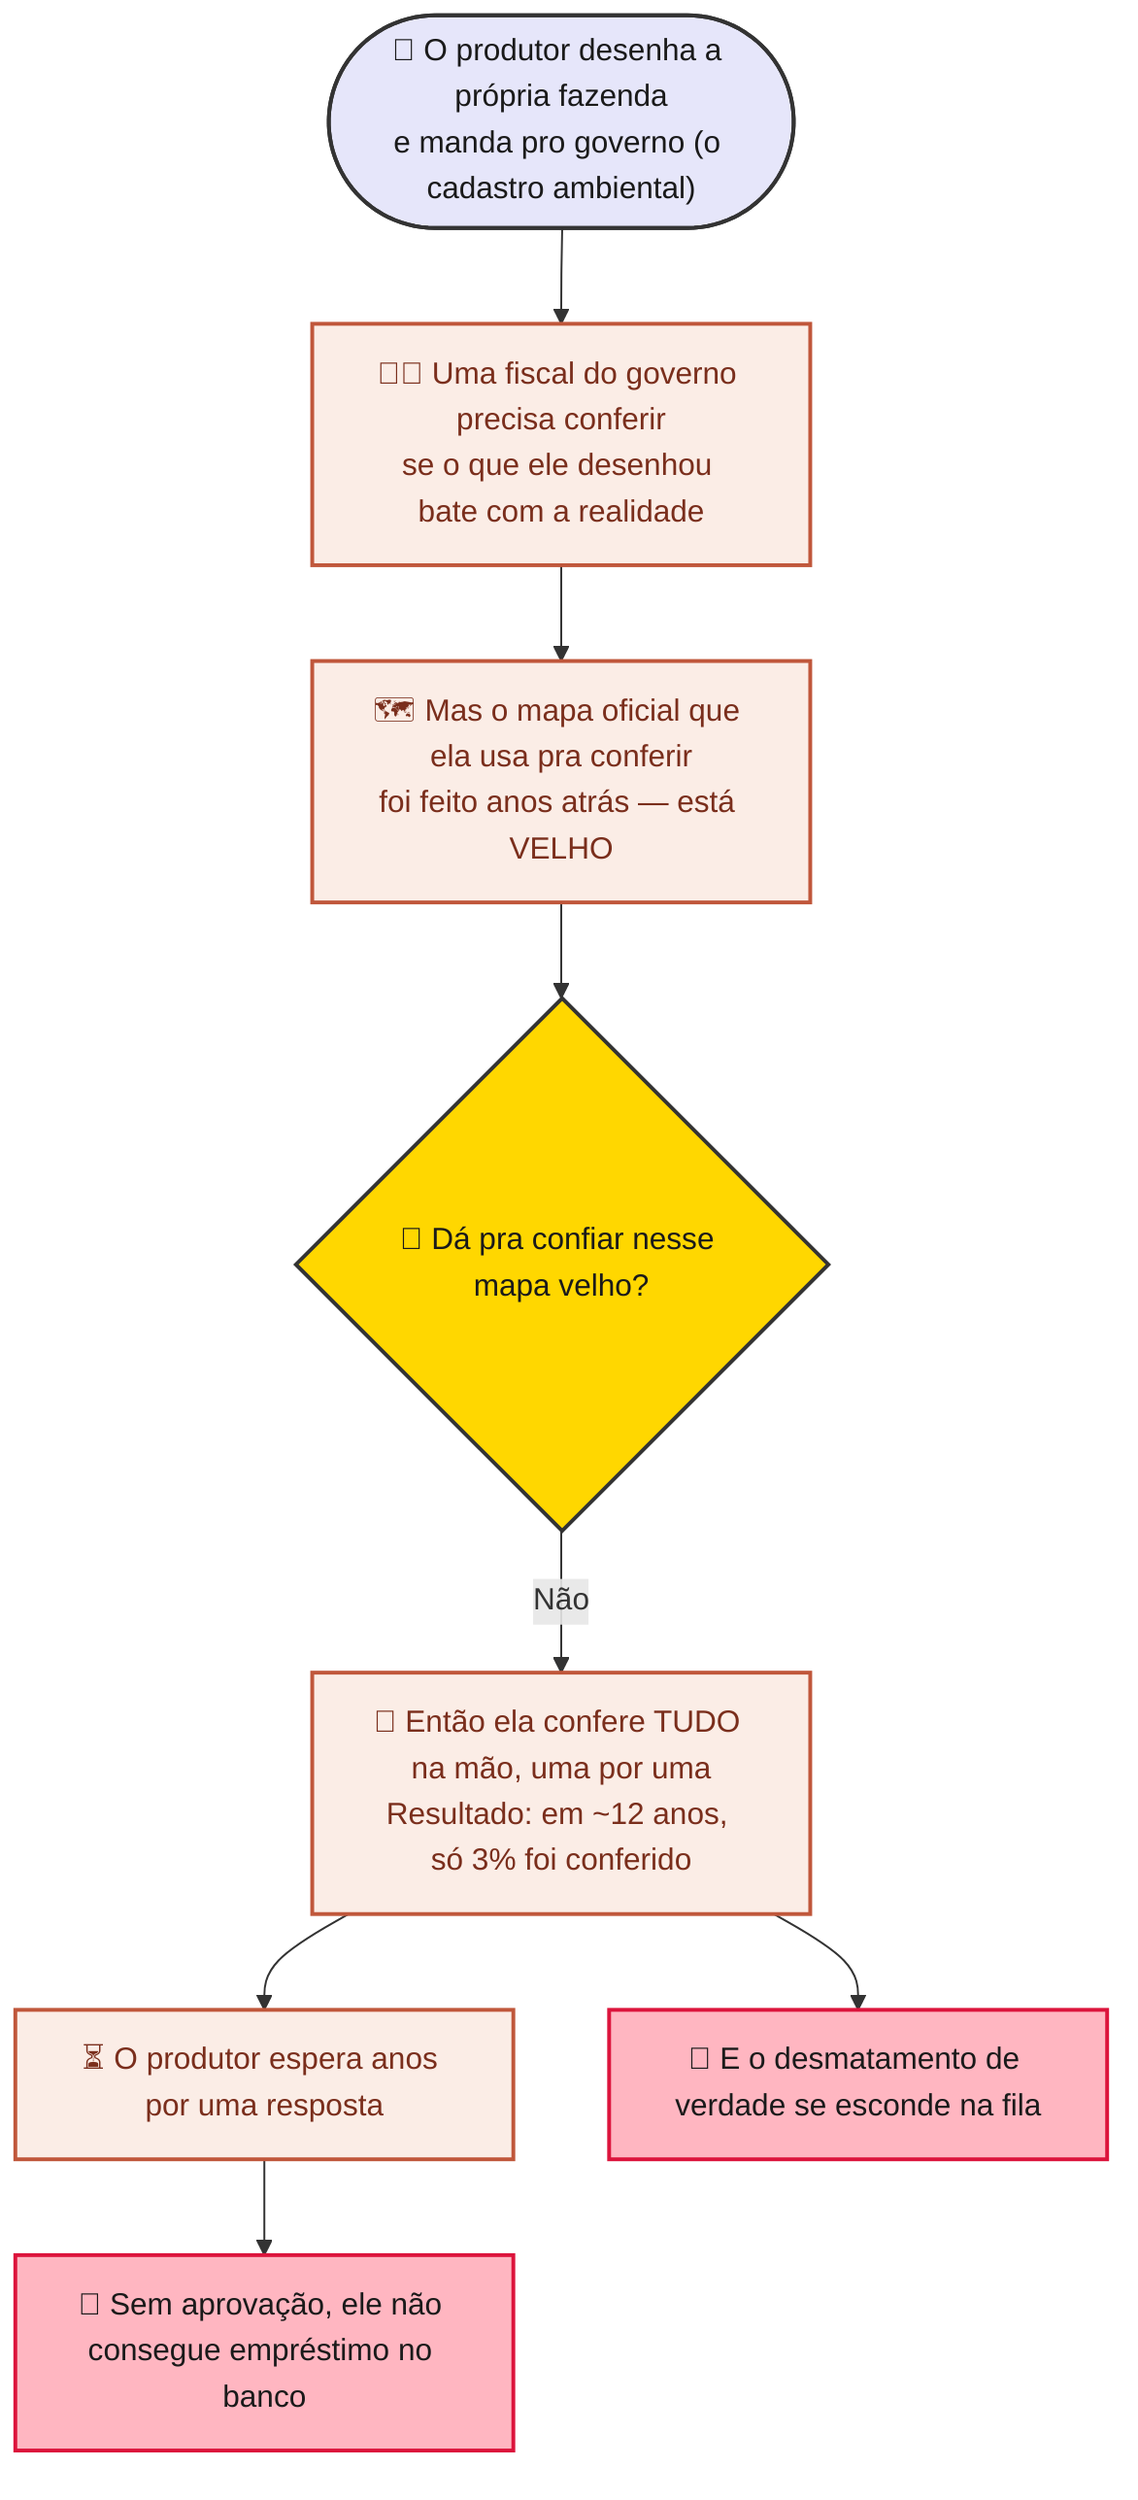
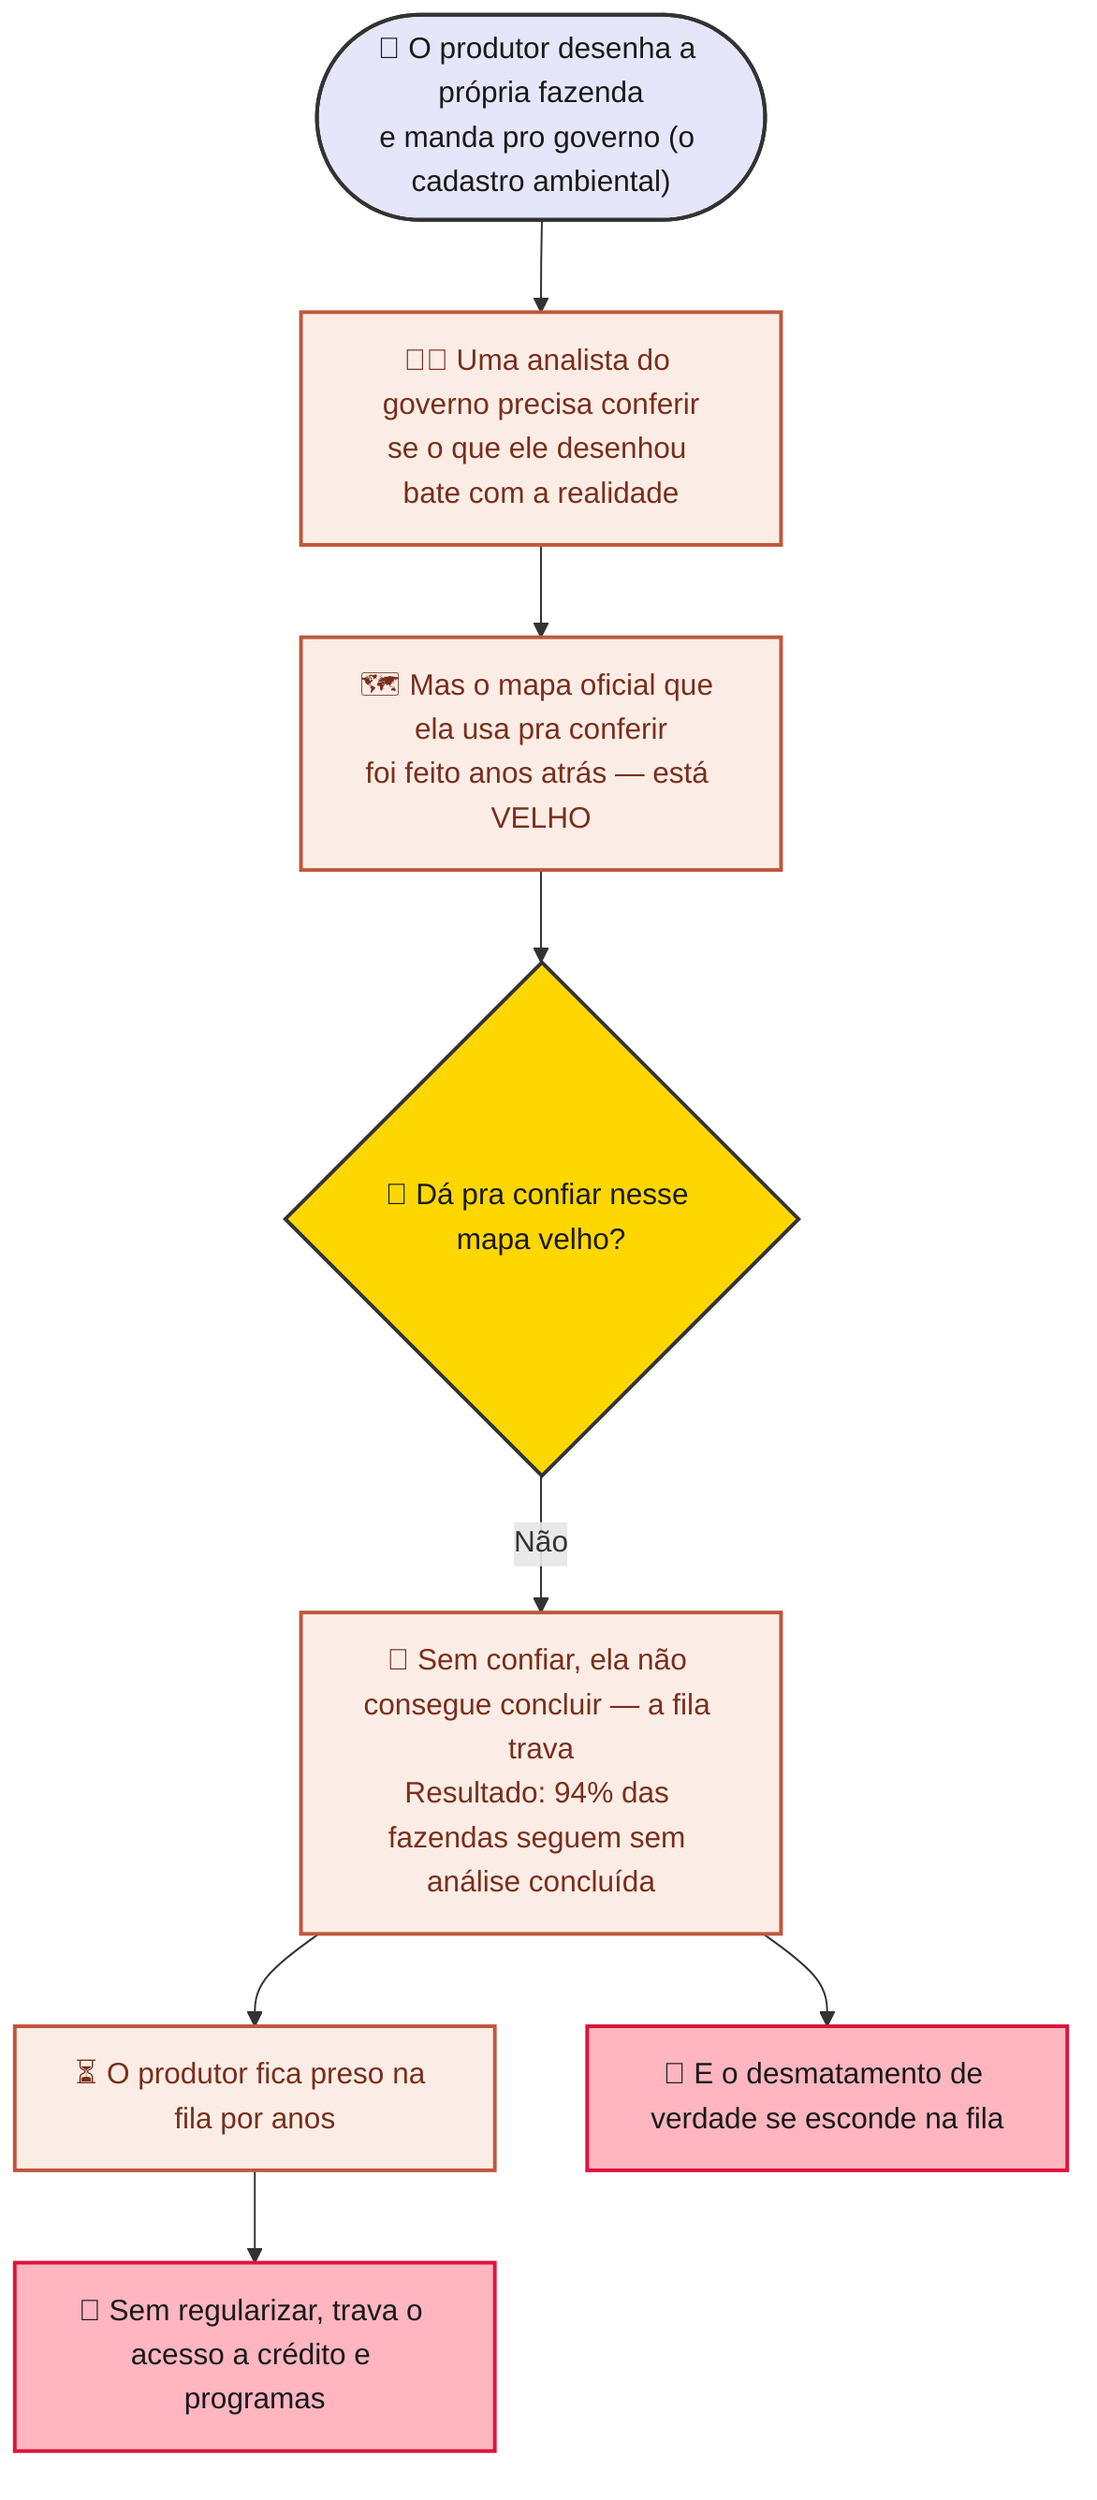
flowchart TD
-     A(["🌾 O produtor desenha a própria fazenda<br/>e manda pro governo (o cadastro ambiental)"]) --> B["👩‍💼 Uma fiscal do governo precisa conferir<br/>se o que ele desenhou bate com a realidade"]
+     A(["🌾 O produtor desenha a própria fazenda<br/>e manda pro governo (o cadastro ambiental)"]) --> B["👩‍💼 Uma analista do governo precisa conferir<br/>se o que ele desenhou bate com a realidade"]
    B --> C["🗺️ Mas o mapa oficial que ela usa pra conferir<br/>foi feito anos atrás — está VELHO"]
    C --> D{"🤔 Dá pra confiar nesse mapa velho?"}
-     D -->|"Não"| E["🐢 Então ela confere TUDO na mão, uma por uma<br/>Resultado: em ~12 anos, só 3% foi conferido"]
-     E --> F["⏳ O produtor espera anos por uma resposta"]
-     F --> G["🏦 Sem aprovação, ele não consegue empréstimo no banco"]
+     D -->|"Não"| E["🐢 Sem confiar, ela não consegue concluir — a fila trava<br/>Resultado: 94% das fazendas seguem sem análise concluída"]
+     E --> F["⏳ O produtor fica preso na fila por anos"]
+     F --> G["🏦 Sem regularizar, trava o acesso a crédito e programas"]
    E --> H["🌲 E o desmatamento de verdade se esconde na fila"]

    classDef start fill:#E6E6FA,stroke:#333,stroke-width:2px,color:#1a1a1a
    classDef step fill:#FBEDE6,stroke:#C0573B,stroke-width:2px,color:#7A2E1C
    classDef decision fill:#FFD700,stroke:#333,stroke-width:2px,color:#1a1a1a
    classDef bad fill:#FFB6C1,stroke:#DC143C,stroke-width:2px,color:#1a1a1a
    class A start
    class B,C,E,F step
    class D decision
    class G,H bad
